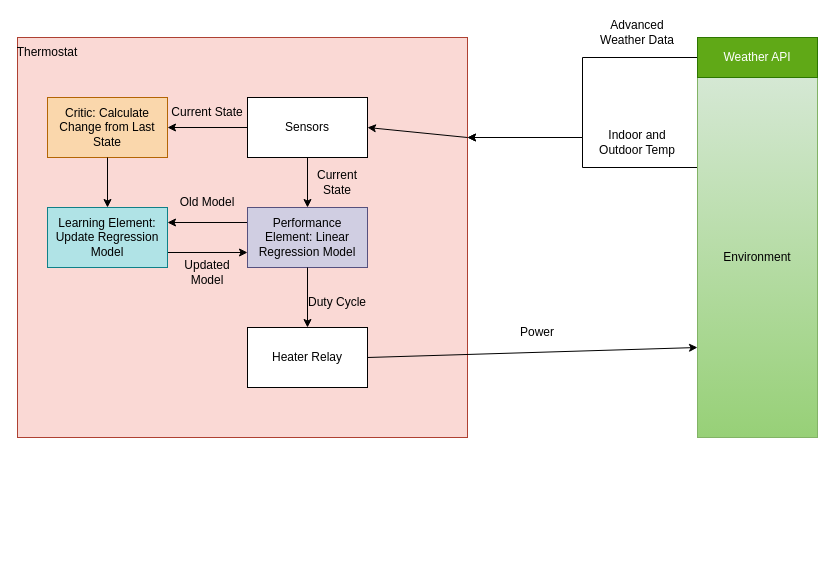
Above: Untitled Diagram.drawio in vandenhaviland/CS-351-Intro-to-AI (draw.io), before the change. Source tidied: cells renumbered, new cells numbered last; positions are measured from the earlier drawing's top-left corner, leaving out a move shared by most shapes. Both pictures are drawn from the tidied source at 100%, with x=0, y=0 at pixel (17, 17).
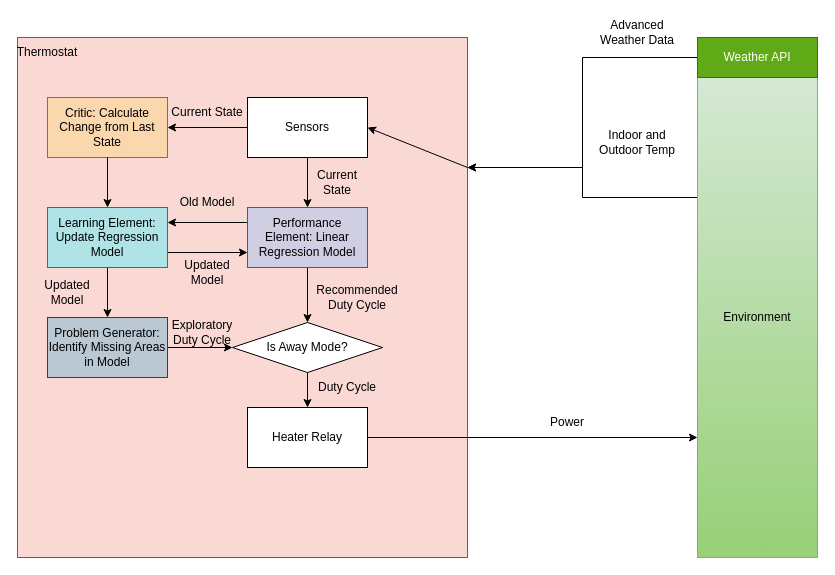
Above is the later version.

The change refers to these unchanged cells:
```xml
<mxCell id="14" value="Performance Element: Linear Regression Model" style="rounded=0;whiteSpace=wrap;html=1;fillColor=#d0cee2;strokeColor=#56517e;" parent="1" vertex="1">
  <mxGeometry x="230" y="190" width="120" height="60" as="geometry" />
</mxCell>
<mxCell id="25" value="Learning Element: Update Regression Model" style="rounded=0;whiteSpace=wrap;html=1;fillColor=#b0e3e6;strokeColor=#0e8088;" parent="1" vertex="1">
  <mxGeometry x="30" y="190" width="120" height="60" as="geometry" />
</mxCell>
```

The edit, as a diff of the source:
```diff
@@
     <mxCell id="3" value="Environment" style="rounded=0;whiteSpace=wrap;html=1;fillColor=#d5e8d4;gradientColor=#97d077;strokeColor=#82b366;" parent="1" vertex="1">
-      <mxGeometry x="680" y="60" width="120" height="360" as="geometry" />
+      <mxGeometry x="680" y="60" width="120" height="480" as="geometry" />
     </mxCell>
     <mxCell id="4" style="rounded=0;whiteSpace=wrap;html=1;fillColor=#fad9d5;strokeColor=#ae4132;" parent="1" vertex="1">
-      <mxGeometry y="20" width="450" height="400" as="geometry" />
+      <mxGeometry y="20" width="450" height="520" as="geometry" />
     </mxCell>
@@
+    <mxCell id="29" style="edgeStyle=orthogonalEdgeStyle;rounded=0;jettySize=auto;html=1;exitX=0.5;exitY=1;exitDx=0;exitDy=0;entryX=0.5;entryY=0;entryDx=0;entryDy=0;" parent="1" edge="1" source="14" target="34">
+      <mxGeometry relative="1" as="geometry" />
+    </mxCell>
@@
     <mxCell id="15" value="Heater Relay" style="rounded=0;whiteSpace=wrap;html=1;" parent="1" vertex="1">
-      <mxGeometry x="230" y="310" width="120" height="60" as="geometry" />
+      <mxGeometry x="230" y="390" width="120" height="60" as="geometry" />
     </mxCell>
@@
-    <mxCell id="17" style="endArrow=classic;html=1;rounded=0;exitX=0.5;exitY=1;exitDx=0;exitDy=0;entryX=0.5;entryY=0;entryDx=0;entryDy=0;" parent="1" edge="1" source="14" target="15">
-      <mxGeometry relative="1" as="geometry" />
-    </mxCell>
@@
     <mxCell id="19" value="Power" style="text;html=1;align=center;verticalAlign=middle;whiteSpace=wrap;rounded=0;" parent="1" vertex="1">
-      <mxGeometry x="490" y="300" width="60" height="30" as="geometry" />
+      <mxGeometry x="520" y="390" width="60" height="30" as="geometry" />
     </mxCell>
@@
-    <mxCell id="21" value="Duty Cycle" style="text;html=1;align=center;verticalAlign=middle;whiteSpace=wrap;rounded=0;" parent="1" vertex="1">
-      <mxGeometry x="290" y="270" width="60" height="30" as="geometry" />
+    <mxCell id="21" value="Recommended Duty Cycle" style="text;html=1;align=center;verticalAlign=middle;whiteSpace=wrap;rounded=0;" parent="1" vertex="1">
+      <mxGeometry x="310" y="265" width="60" height="30" as="geometry" />
     </mxCell>
@@
+    <mxCell id="30" style="edgeStyle=orthogonalEdgeStyle;rounded=0;jettySize=auto;html=1;exitX=0.5;exitY=1;exitDx=0;exitDy=0;entryX=0.5;entryY=0;entryDx=0;entryDy=0;" parent="1" edge="1" source="25" target="32">
+      <mxGeometry relative="1" as="geometry" />
+    </mxCell>
@@
+    <mxCell id="31" style="edgeStyle=orthogonalEdgeStyle;rounded=0;jettySize=auto;html=1;exitX=1;exitY=0.5;exitDx=0;exitDy=0;entryX=0;entryY=0.5;entryDx=0;entryDy=0;" parent="1" edge="1" source="32" target="34">
+      <mxGeometry relative="1" as="geometry" />
+    </mxCell>
+    <mxCell id="32" value="Problem Generator: Identify Missing Areas in Model" style="rounded=0;whiteSpace=wrap;html=1;fillColor=#bac8d3;strokeColor=#23445d;" parent="1" vertex="1">
+      <mxGeometry x="30" y="300" width="120" height="60" as="geometry" />
+    </mxCell>
+    <mxCell id="33" style="edgeStyle=orthogonalEdgeStyle;rounded=0;jettySize=auto;html=1;exitX=0.5;exitY=1;exitDx=0;exitDy=0;entryX=0.5;entryY=0;entryDx=0;entryDy=0;" parent="1" edge="1" source="34" target="15">
+      <mxGeometry relative="1" as="geometry" />
+    </mxCell>
+    <mxCell id="34" value="Is Away Mode?" style="rhombus;whiteSpace=wrap;html=1;" parent="1" vertex="1">
+      <mxGeometry x="215" y="305" width="150" height="50" as="geometry" />
+    </mxCell>
+    <mxCell id="35" value="Updated Model" style="text;html=1;align=center;verticalAlign=middle;whiteSpace=wrap;rounded=0;" parent="1" vertex="1">
+      <mxGeometry x="10" y="260" width="80" height="30" as="geometry" />
+    </mxCell>
+    <mxCell id="36" value="Exploratory Duty Cycle" style="text;html=1;align=center;verticalAlign=middle;whiteSpace=wrap;rounded=0;" parent="1" vertex="1">
+      <mxGeometry x="155" y="300" width="60" height="30" as="geometry" />
+    </mxCell>
+    <mxCell id="37" value="Duty Cycle" style="text;html=1;align=center;verticalAlign=middle;whiteSpace=wrap;rounded=0;" parent="1" vertex="1">
+      <mxGeometry x="300" y="355" width="60" height="30" as="geometry" />
+    </mxCell>
```
